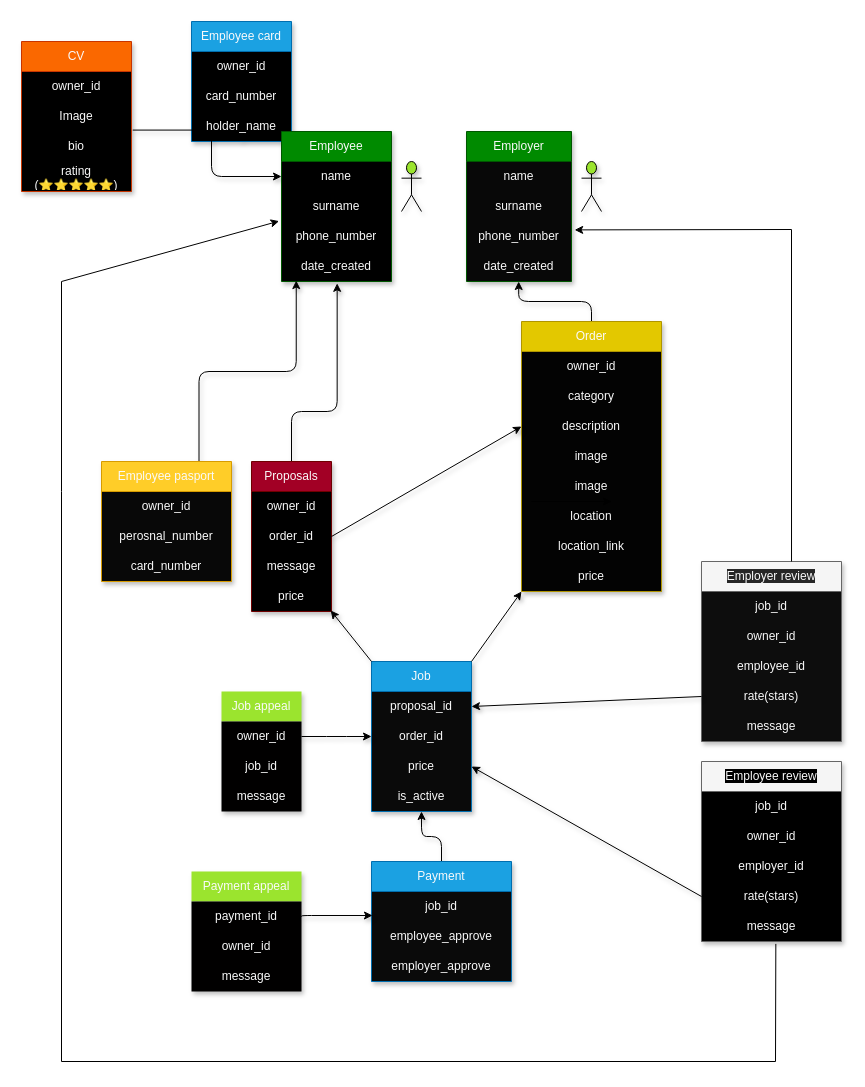
Labbay-Hizmatizda/Employer-bot-telegram keeps this draw.io diagram as draw.drawio. Above is the earlier version. Source tidied: cells renumbered, new cells numbered last; positions are measured from the earlier drawing's top-left corner, leaving out a move shared by most shapes. Both pictures are drawn from the tidied source at 100%, with x=0, y=0 at pixel (21, 21).
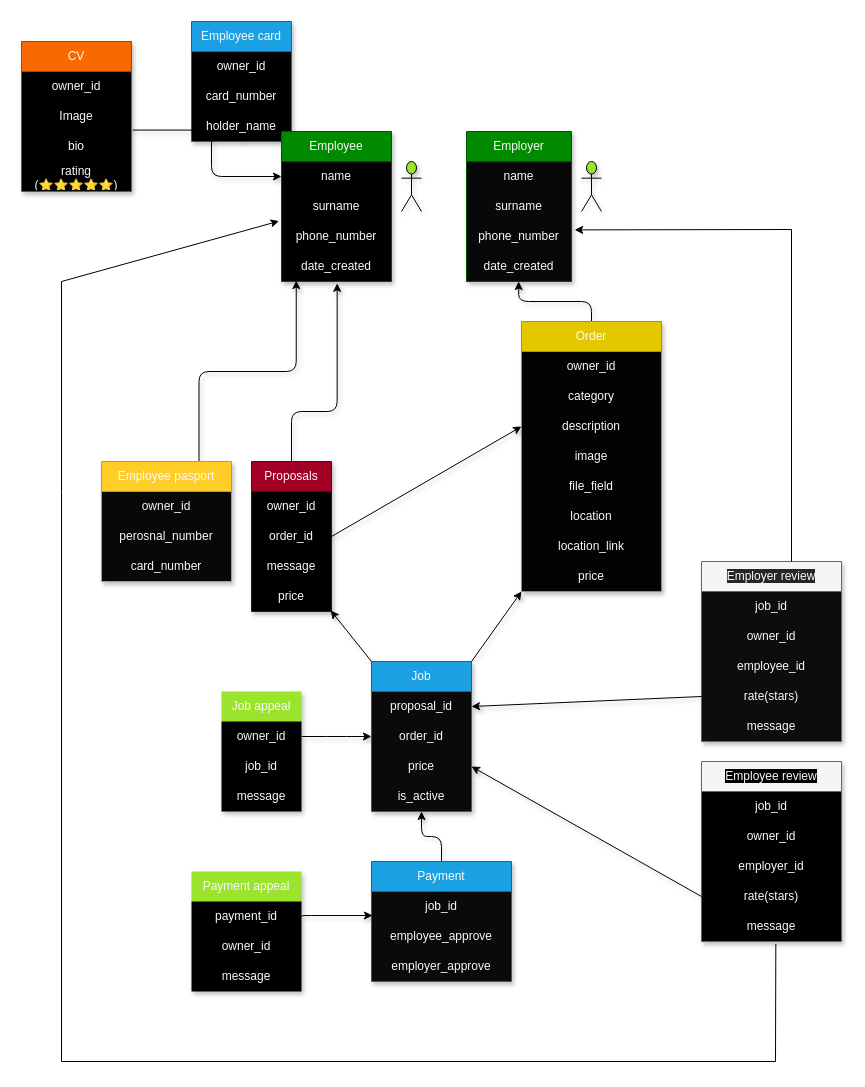
The same page after the edit.

The change refers to these unchanged cells:
```xml
<mxCell id="24" value="Order" style="swimlane;fontStyle=0;horizontal=1;startSize=30;whiteSpace=wrap;html=1;fillColor=#e3c800;fontColor=#fafafa;strokeColor=#B09500;swimlaneFillColor=#030303;align=center;labelBackgroundColor=none;shadow=1;" parent="1" vertex="1">
  <mxGeometry x="500" y="300" width="140" height="270" as="geometry" />
</mxCell>
```

What changed in the source:
```diff
@@
-    <mxCell id="29" value="image" style="text;strokeColor=none;fillColor=none;align=center;verticalAlign=middle;spacingLeft=4;spacingRight=4;overflow=hidden;whiteSpace=wrap;html=1;labelBackgroundColor=none;fontColor=#fafafa;shadow=1;" parent="24" vertex="1">
+    <mxCell id="29" value="file_field" style="text;strokeColor=none;fillColor=none;align=center;verticalAlign=middle;spacingLeft=4;spacingRight=4;overflow=hidden;whiteSpace=wrap;html=1;labelBackgroundColor=none;fontColor=#fafafa;shadow=1;" parent="24" vertex="1">
       <mxGeometry y="150" width="140" height="30" as="geometry" />
     </mxCell>
```
